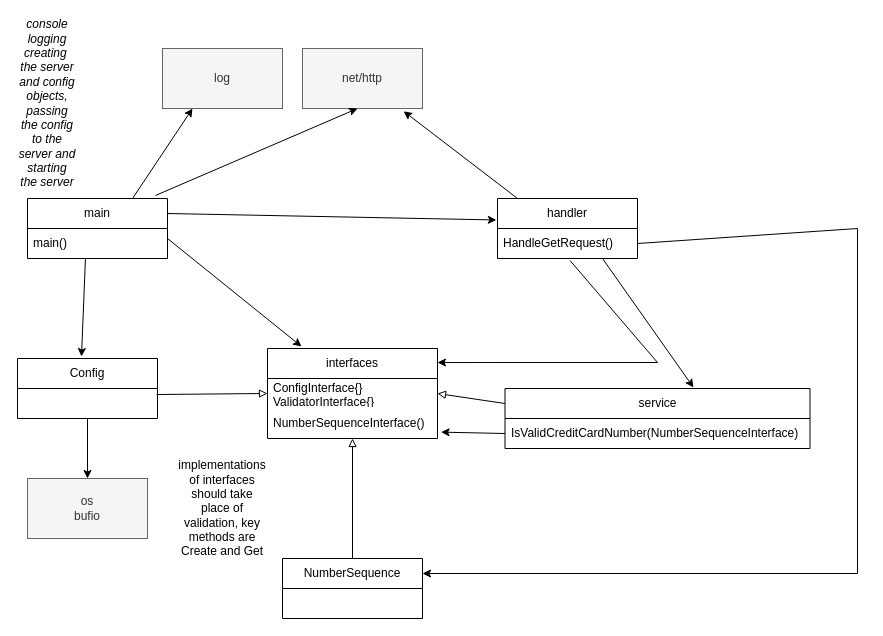
Before: class-diagram.drawio in Wirt4/luhn-credit-card-validator, a draw.io diagram. Source tidied: cells renumbered, new cells numbered last; positions are measured from the earlier drawing's top-left corner, leaving out a move shared by most shapes. Both pictures are drawn from the tidied source at 100%, with x=0, y=0 at pixel (17, 48).
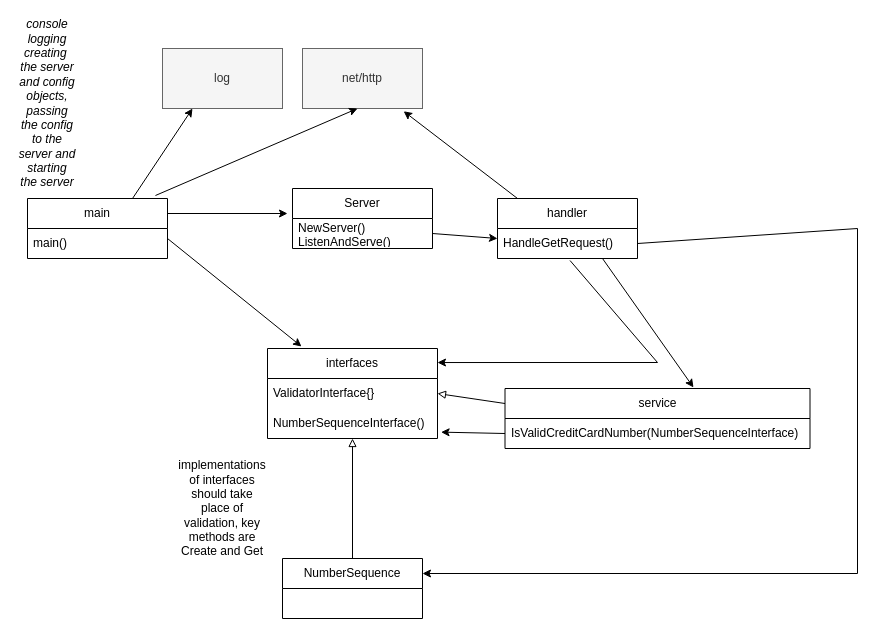
After the change.

Commit message:
update class diagram

Unchanged cells that the change refers to:
```xml
<mxCell id="2" value="main" style="swimlane;fontStyle=0;horizontal=1;startSize=30;whiteSpace=wrap;html=1;" parent="1" vertex="1">
  <mxGeometry x="10" y="150" width="140" height="60" as="geometry" />
</mxCell>
<mxCell id="3" value="main()" style="text;strokeColor=none;fillColor=none;align=left;verticalAlign=middle;spacingLeft=4;spacingRight=4;overflow=hidden;points=[[0,0.5],[1,0.5]];portConstraint=eastwest;whiteSpace=wrap;html=1;" parent="2" vertex="1">
  <mxGeometry y="30" width="140" height="30" as="geometry" />
</mxCell>
<mxCell id="7" value="interfaces" style="swimlane;fontStyle=0;horizontal=1;startSize=30;whiteSpace=wrap;html=1;" parent="1" vertex="1">
  <mxGeometry x="250" y="300" width="170" height="90" as="geometry" />
</mxCell>
<mxCell id="11" value="handler" style="swimlane;fontStyle=0;horizontal=1;startSize=30;whiteSpace=wrap;html=1;" parent="1" vertex="1">
  <mxGeometry x="480" y="150" width="140" height="60" as="geometry" />
</mxCell>
```

Diff of the diagram source:
```diff
@@
-    <mxCell id="4" value="Config" style="swimlane;fontStyle=0;horizontal=1;startSize=30;whiteSpace=wrap;html=1;" parent="1" vertex="1">
-      <mxGeometry y="310" width="140" height="60" as="geometry" />
-    </mxCell>
@@
-    <mxCell id="6" style="endArrow=classic;html=1;rounded=0;exitX=0.414;exitY=1;exitDx=0;exitDy=0;exitPerimeter=0;entryX=0.457;entryY=-0.017;entryDx=0;entryDy=0;entryPerimeter=0;" parent="1" edge="1" source="3">
-      <mxGeometry relative="1" as="geometry">
-        <mxPoint x="64" y="308" as="targetPoint" />
-      </mxGeometry>
-    </mxCell>
@@
-    <mxCell id="8" value="ConfigInterface{}&lt;div&gt;ValidatorInterface{}&lt;/div&gt;" style="text;strokeColor=none;fillColor=none;align=left;verticalAlign=middle;spacingLeft=4;spacingRight=4;overflow=hidden;points=[[0,0.5],[1,0.5]];portConstraint=eastwest;whiteSpace=wrap;html=1;" parent="7" vertex="1">
+    <mxCell id="8" value="&lt;div&gt;ValidatorInterface{}&lt;/div&gt;" style="text;strokeColor=none;fillColor=none;align=left;verticalAlign=middle;spacingLeft=4;spacingRight=4;overflow=hidden;points=[[0,0.5],[1,0.5]];portConstraint=eastwest;whiteSpace=wrap;html=1;" parent="7" vertex="1">
       <mxGeometry y="30" width="170" height="30" as="geometry" />
     </mxCell>
@@
-    <mxCell id="10" style="endArrow=block;html=1;rounded=0;entryX=0;entryY=0.5;entryDx=0;entryDy=0;exitX=0.993;exitY=0.2;exitDx=0;exitDy=0;exitPerimeter=0;endFill=0;" parent="1" edge="1" target="8">
-      <mxGeometry relative="1" as="geometry">
-        <mxPoint x="139" y="346" as="sourcePoint" />
-      </mxGeometry>
-    </mxCell>
@@
-    <mxCell id="16" style="endArrow=classic;html=1;rounded=0;entryX=-0.008;entryY=0.358;entryDx=0;entryDy=0;entryPerimeter=0;exitX=1;exitY=0.25;exitDx=0;exitDy=0;" parent="1" edge="1" source="2" target="11">
-      <mxGeometry relative="1" as="geometry" />
+    <mxCell id="16" style="endArrow=classic;html=1;rounded=0;exitX=1;exitY=0.25;exitDx=0;exitDy=0;" parent="1" edge="1" source="2">
+      <mxGeometry relative="1" as="geometry">
+        <mxPoint x="270" y="165" as="targetPoint" />
+      </mxGeometry>
     </mxCell>
@@
-    <mxCell id="22" value="os&lt;div&gt;bufio&lt;/div&gt;" style="rounded=0;whiteSpace=wrap;html=1;fillColor=#f5f5f5;fontColor=#333333;strokeColor=#666666;" parent="1" vertex="1">
-      <mxGeometry x="10" y="430" width="120" height="60" as="geometry" />
-    </mxCell>
-    <mxCell id="23" style="endArrow=classic;html=1;rounded=0;entryX=0.5;entryY=0;entryDx=0;entryDy=0;exitX=0.5;exitY=1;exitDx=0;exitDy=0;" parent="1" edge="1" source="4" target="22">
-      <mxGeometry relative="1" as="geometry" />
-    </mxCell>
@@
+    <mxCell id="32" value="Server" style="swimlane;fontStyle=0;horizontal=1;startSize=30;whiteSpace=wrap;html=1;" parent="1" vertex="1">
+      <mxGeometry x="275" y="140" width="140" height="60" as="geometry" />
+    </mxCell>
+    <mxCell id="33" value="NewServer()&lt;div&gt;ListenAndServe()&lt;/div&gt;" style="text;strokeColor=none;fillColor=none;align=left;verticalAlign=middle;spacingLeft=4;spacingRight=4;overflow=hidden;points=[[0,0.5],[1,0.5]];portConstraint=eastwest;whiteSpace=wrap;html=1;" parent="32" vertex="1">
+      <mxGeometry y="30" width="140" height="30" as="geometry" />
+    </mxCell>
+    <mxCell id="34" style="endArrow=classic;html=1;rounded=0;exitX=1;exitY=0.5;exitDx=0;exitDy=0;" parent="1" edge="1" source="33">
+      <mxGeometry relative="1" as="geometry">
+        <mxPoint x="480" y="190" as="targetPoint" />
+      </mxGeometry>
+    </mxCell>
```
